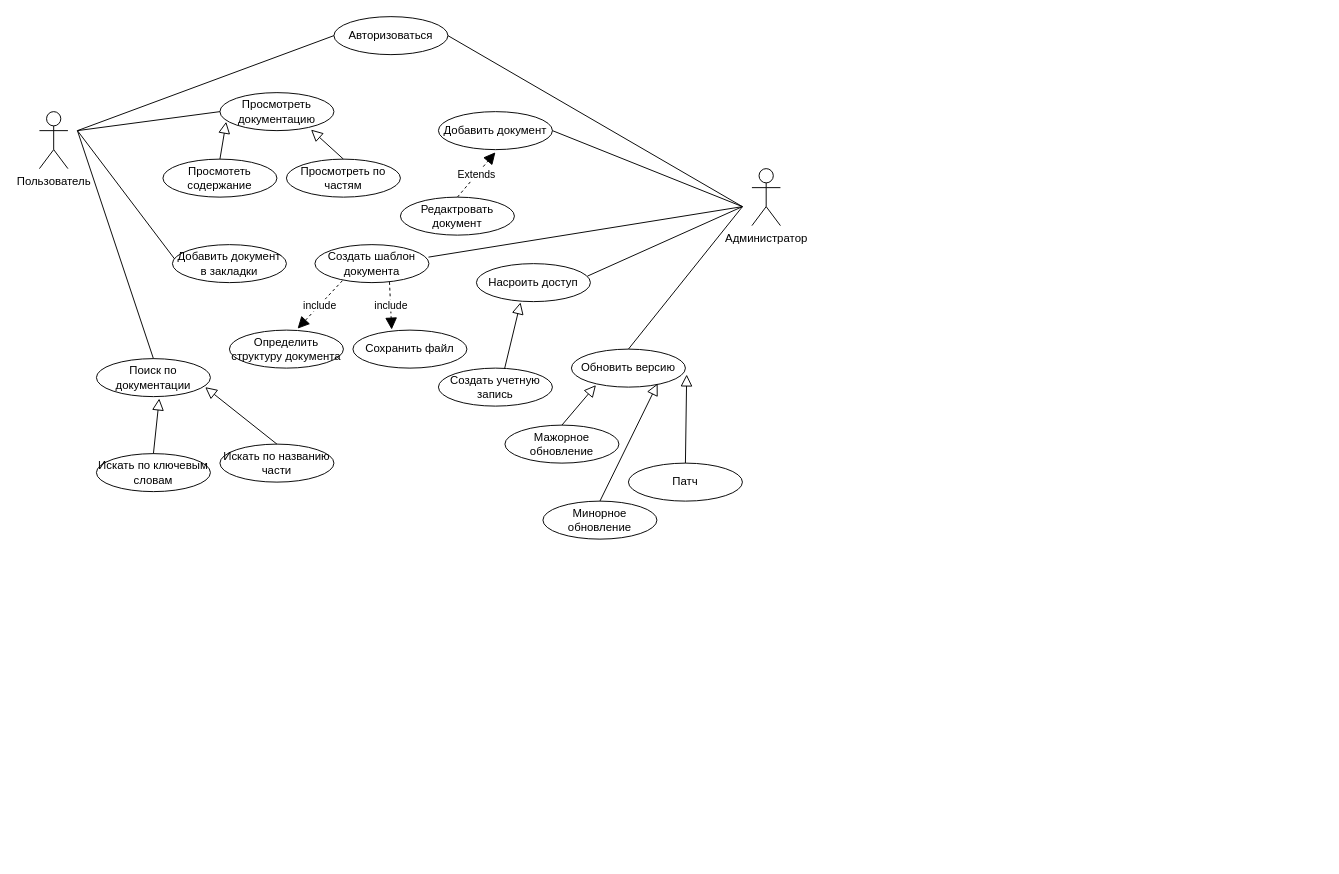
Above: docschemas.drawio in Maquim4/repository_for_challenge (draw.io), before the change. Source tidied: cells renumbered, new cells numbered last; positions are measured from the earlier drawing's top-left corner, leaving out a move shared by most shapes. Both pictures are drawn from the tidied source at 95%, with x=0, y=0 at pixel (39, 16).
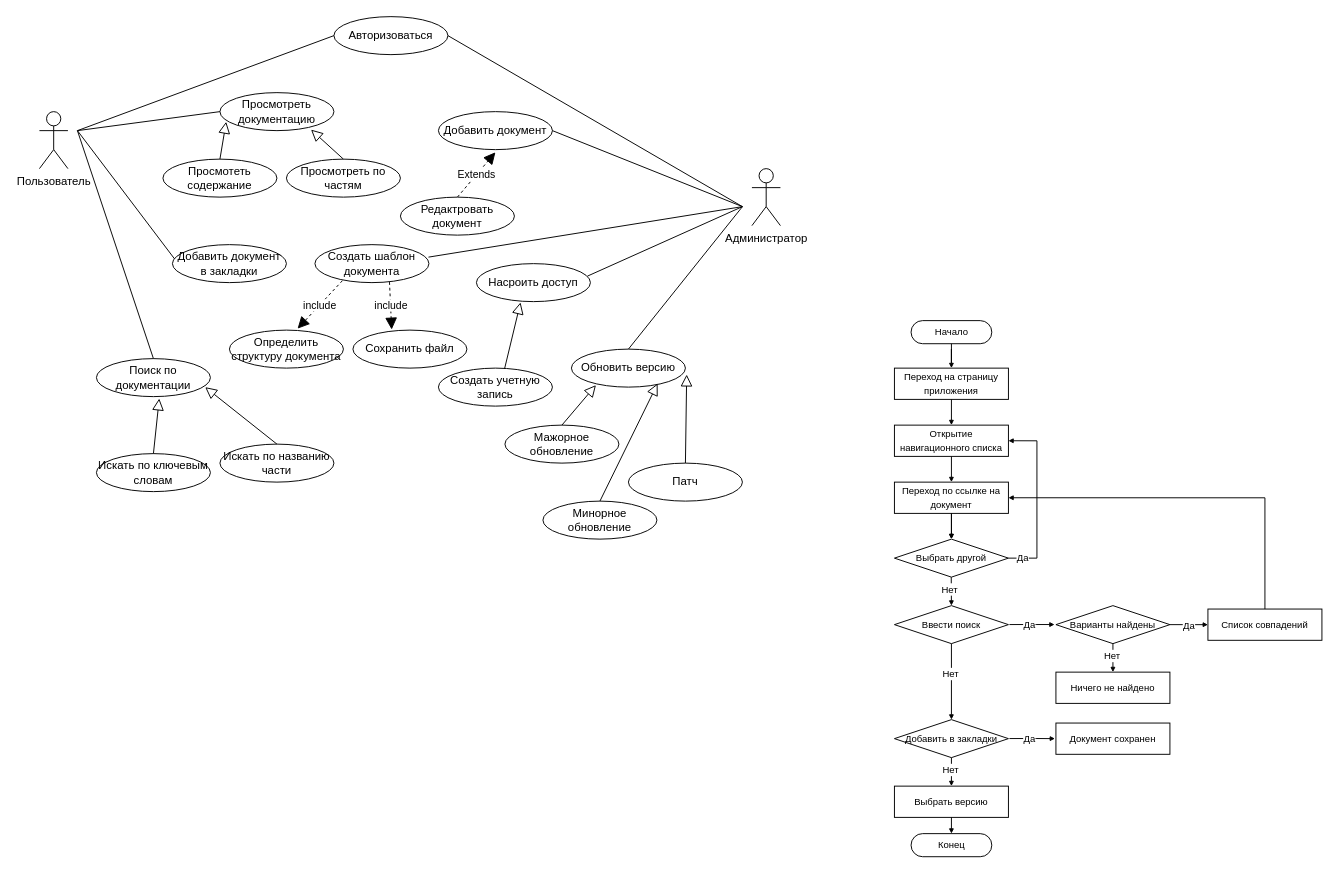
The same page after the edit.

Diff of the diagram source:
```diff
@@
+    <mxCell id="43" value="&lt;font style=&quot;font-size: 10px;&quot;&gt;Начало&lt;/font&gt;" style="rounded=1;whiteSpace=wrap;html=1;arcSize=50;" parent="1" vertex="1">
+      <mxGeometry x="917.5" y="320" width="85" height="24.3" as="geometry" />
+    </mxCell>
+    <mxCell id="44" value="&lt;font style=&quot;font-size: 10px;&quot;&gt;Переход на страницу приложения&lt;/font&gt;" style="rounded=1;whiteSpace=wrap;html=1;arcSize=0;" parent="1" vertex="1">
+      <mxGeometry x="900" y="370" width="120" height="32.9" as="geometry" />
+    </mxCell>
+    <mxCell id="45" style="edgeStyle=orthogonalEdgeStyle;rounded=0;jettySize=auto;html=1;entryX=0.5;entryY=0;entryDx=0;entryDy=0;endSize=3;startSize=3;endArrow=block;endFill=1;" parent="1" edge="1" source="43" target="44">
+      <mxGeometry relative="1" as="geometry" />
+    </mxCell>
+    <mxCell id="46" style="edgeStyle=orthogonalEdgeStyle;rounded=0;jettySize=auto;html=1;entryX=0.5;entryY=0;entryDx=0;entryDy=0;endSize=3;startSize=3;endArrow=block;endFill=1;exitX=0.5;exitY=1;exitDx=0;exitDy=0;" parent="1" edge="1" source="44">
+      <mxGeometry relative="1" as="geometry">
+        <mxPoint x="960" y="430" as="targetPoint" />
+      </mxGeometry>
+    </mxCell>
+    <mxCell id="47" value="&lt;font style=&quot;font-size: 10px;&quot;&gt;Выбрать другой&lt;/font&gt;" style="rhombus;whiteSpace=wrap;html=1;" parent="1" vertex="1">
+      <mxGeometry x="900" y="550" width="120" height="40" as="geometry" />
+    </mxCell>
+    <mxCell id="48" value="&lt;font style=&quot;font-size: 10px;&quot;&gt;Открытие навигационного списка&lt;/font&gt;" style="rounded=1;whiteSpace=wrap;html=1;arcSize=0;" parent="1" vertex="1">
+      <mxGeometry x="900" y="430" width="120" height="32.9" as="geometry" />
+    </mxCell>
+    <mxCell id="49" style="edgeStyle=orthogonalEdgeStyle;rounded=0;orthogonalLoop=1;jettySize=auto;html=1;entryX=0.5;entryY=0;entryDx=0;entryDy=0;endSize=3;startSize=3;endArrow=block;endFill=1;exitX=0.5;exitY=1;exitDx=0;exitDy=0;" parent="1" edge="1">
+      <mxGeometry relative="1" as="geometry">
+        <mxPoint x="960" y="463" as="sourcePoint" />
+        <mxPoint x="960" y="490" as="targetPoint" />
+      </mxGeometry>
+    </mxCell>
+    <mxCell id="50" value="&lt;font style=&quot;font-size: 10px;&quot;&gt;Переход по ссылке на документ&lt;/font&gt;" style="rounded=1;whiteSpace=wrap;html=1;arcSize=0;" parent="1" vertex="1">
+      <mxGeometry x="900" y="490" width="120" height="32.9" as="geometry" />
+    </mxCell>
+    <mxCell id="51" style="edgeStyle=orthogonalEdgeStyle;rounded=0;jettySize=auto;html=1;entryX=0.5;entryY=0;entryDx=0;entryDy=0;endSize=3;startSize=3;endArrow=block;endFill=1;exitX=0.5;exitY=1;exitDx=0;exitDy=0;" parent="1" edge="1" source="50" target="47">
+      <mxGeometry relative="1" as="geometry" />
+    </mxCell>
+    <mxCell id="52" style="edgeStyle=orthogonalEdgeStyle;rounded=0;jettySize=auto;html=1;entryX=0.5;entryY=0;entryDx=0;entryDy=0;endSize=3;startSize=3;endArrow=block;endFill=1;exitX=0.5;exitY=1;exitDx=0;exitDy=0;" parent="1" edge="1" source="50" target="47">
+      <mxGeometry relative="1" as="geometry">
+        <Array as="points">
+          <mxPoint x="960" y="550" />
+        </Array>
+      </mxGeometry>
+    </mxCell>
+    <mxCell id="53" style="edgeStyle=orthogonalEdgeStyle;rounded=0;jettySize=auto;html=1;entryX=1;entryY=0.5;entryDx=0;entryDy=0;endSize=3;startSize=3;endArrow=block;endFill=1;exitX=1;exitY=0.5;exitDx=0;exitDy=0;" parent="1" edge="1" source="47" target="48">
+      <mxGeometry relative="1" as="geometry">
+        <Array as="points">
+          <mxPoint x="1050" y="570" />
+          <mxPoint x="1050" y="446" />
+        </Array>
+      </mxGeometry>
+    </mxCell>
+    <mxCell id="54" value="&lt;font style=&quot;font-size: 10px;&quot;&gt;Да&lt;/font&gt;" style="edgeLabel;html=1;align=center;verticalAlign=middle;" parent="53" vertex="1">
+      <mxGeometry x="-0.85" y="1" relative="1" as="geometry" />
+    </mxCell>
+    <mxCell id="55" style="edgeStyle=orthogonalEdgeStyle;rounded=0;orthogonalLoop=1;jettySize=auto;html=1;endSize=3;startSize=3;endArrow=block;endFill=1;exitX=0.5;exitY=1;exitDx=0;exitDy=0;" parent="1" edge="1">
+      <mxGeometry relative="1" as="geometry">
+        <mxPoint x="959.8" y="590" as="sourcePoint" />
+        <mxPoint x="960" y="620" as="targetPoint" />
+      </mxGeometry>
+    </mxCell>
+    <mxCell id="56" value="&lt;font style=&quot;font-size: 10px;&quot;&gt;Нет&lt;/font&gt;" style="edgeLabel;html=1;align=center;verticalAlign=middle;" parent="55" vertex="1">
+      <mxGeometry x="-0.23" y="-2" relative="1" as="geometry" />
+    </mxCell>
+    <mxCell id="57" value="&lt;font style=&quot;font-size: 10px;&quot;&gt;Ввести поиск&lt;/font&gt;" style="rhombus;whiteSpace=wrap;html=1;" parent="1" vertex="1">
+      <mxGeometry x="900" y="620" width="120" height="40" as="geometry" />
+    </mxCell>
+    <mxCell id="58" value="&lt;font style=&quot;font-size: 10px;&quot;&gt;Варианты найдены&lt;/font&gt;" style="rhombus;whiteSpace=wrap;html=1;" parent="1" vertex="1">
+      <mxGeometry x="1070" y="620" width="120" height="40" as="geometry" />
+    </mxCell>
+    <mxCell id="59" style="edgeStyle=orthogonalEdgeStyle;rounded=0;jettySize=auto;html=1;endSize=3;startSize=3;endArrow=block;endFill=1;exitX=1.009;exitY=0.498;exitDx=0;exitDy=0;exitPerimeter=0;entryX=-0.012;entryY=0.498;entryDx=0;entryDy=0;entryPerimeter=0;" parent="1" edge="1" source="57" target="58">
+      <mxGeometry relative="1" as="geometry">
+        <Array as="points">
+          <mxPoint x="1050" y="640" />
+          <mxPoint x="1070" y="640" />
+        </Array>
+      </mxGeometry>
+    </mxCell>
+    <mxCell id="60" value="&lt;font style=&quot;font-size: 10px;&quot;&gt;Да&lt;/font&gt;" style="edgeLabel;html=1;align=center;verticalAlign=middle;" parent="59" vertex="1">
+      <mxGeometry x="-0.85" y="1" relative="1" as="geometry">
+        <mxPoint x="16" y="1" as="offset" />
+      </mxGeometry>
+    </mxCell>
+    <mxCell id="61" value="&lt;font style=&quot;font-size: 10px;&quot;&gt;Список совпадений&lt;/font&gt;" style="rounded=1;whiteSpace=wrap;html=1;arcSize=0;" parent="1" vertex="1">
+      <mxGeometry x="1230" y="623.6" width="120" height="32.9" as="geometry" />
+    </mxCell>
+    <mxCell id="62" style="edgeStyle=orthogonalEdgeStyle;rounded=0;jettySize=auto;html=1;endSize=3;startSize=3;endArrow=block;endFill=1;entryX=0;entryY=0.5;entryDx=0;entryDy=0;" parent="1" edge="1" source="58" target="61">
+      <mxGeometry relative="1" as="geometry" />
+    </mxCell>
+    <mxCell id="63" value="&lt;font style=&quot;font-size: 10px;&quot;&gt;Да&lt;/font&gt;" style="edgeLabel;html=1;align=center;verticalAlign=middle;" parent="62" vertex="1">
+      <mxGeometry x="-0.85" y="1" relative="1" as="geometry">
+        <mxPoint x="16" y="1" as="offset" />
+      </mxGeometry>
+    </mxCell>
+    <mxCell id="64" style="edgeStyle=orthogonalEdgeStyle;rounded=0;jettySize=auto;html=1;entryX=1;entryY=0.5;entryDx=0;entryDy=0;endSize=3;startSize=3;endArrow=block;endFill=1;exitX=0.5;exitY=0;exitDx=0;exitDy=0;" parent="1" edge="1" source="61" target="50">
+      <mxGeometry relative="1" as="geometry" />
+    </mxCell>
+    <mxCell id="65" value="&lt;font style=&quot;font-size: 10px;&quot;&gt;Ничего не найдено&lt;/font&gt;" style="rounded=1;whiteSpace=wrap;html=1;arcSize=0;" parent="1" vertex="1">
+      <mxGeometry x="1070" y="690" width="120" height="32.9" as="geometry" />
+    </mxCell>
+    <mxCell id="66" style="edgeStyle=orthogonalEdgeStyle;rounded=0;jettySize=auto;html=1;endSize=3;startSize=3;endArrow=block;endFill=1;exitX=0.5;exitY=1;exitDx=0;exitDy=0;entryX=0.5;entryY=0;entryDx=0;entryDy=0;" parent="1" edge="1" source="58" target="65">
+      <mxGeometry relative="1" as="geometry" />
+    </mxCell>
+    <mxCell id="67" value="&lt;font style=&quot;font-size: 10px;&quot;&gt;Нет&lt;/font&gt;" style="edgeLabel;html=1;align=center;verticalAlign=middle;" parent="66" vertex="1">
+      <mxGeometry x="-0.23" y="-2" relative="1" as="geometry" />
+    </mxCell>
+    <mxCell id="68" style="edgeStyle=orthogonalEdgeStyle;rounded=0;jettySize=auto;html=1;endSize=3;startSize=3;endArrow=block;endFill=1;exitX=0.5;exitY=1;exitDx=0;exitDy=0;entryX=0.5;entryY=0;entryDx=0;entryDy=0;" parent="1" edge="1" source="57" target="70">
+      <mxGeometry relative="1" as="geometry" />
+    </mxCell>
+    <mxCell id="69" value="&lt;font style=&quot;font-size: 10px;&quot;&gt;Нет&lt;/font&gt;" style="edgeLabel;html=1;align=center;verticalAlign=middle;" parent="68" vertex="1">
+      <mxGeometry x="-0.23" y="-2" relative="1" as="geometry" />
+    </mxCell>
+    <mxCell id="70" value="&lt;font style=&quot;font-size: 10px;&quot;&gt;Добавить в закладки&lt;/font&gt;" style="rhombus;whiteSpace=wrap;html=1;" parent="1" vertex="1">
+      <mxGeometry x="900" y="740" width="120" height="40" as="geometry" />
+    </mxCell>
+    <mxCell id="71" style="edgeStyle=orthogonalEdgeStyle;rounded=0;jettySize=auto;html=1;endSize=3;startSize=3;endArrow=block;endFill=1;exitX=1.009;exitY=0.498;exitDx=0;exitDy=0;exitPerimeter=0;entryX=-0.012;entryY=0.498;entryDx=0;entryDy=0;entryPerimeter=0;" parent="1" edge="1" source="70">
+      <mxGeometry relative="1" as="geometry">
+        <mxPoint x="1069" y="760" as="targetPoint" />
+        <Array as="points">
+          <mxPoint x="1050" y="760" />
+          <mxPoint x="1070" y="760" />
+        </Array>
+      </mxGeometry>
+    </mxCell>
+    <mxCell id="72" value="&lt;font style=&quot;font-size: 10px;&quot;&gt;Да&lt;/font&gt;" style="edgeLabel;html=1;align=center;verticalAlign=middle;" parent="71" vertex="1">
+      <mxGeometry x="-0.85" y="1" relative="1" as="geometry">
+        <mxPoint x="16" y="1" as="offset" />
+      </mxGeometry>
+    </mxCell>
+    <mxCell id="73" style="edgeStyle=orthogonalEdgeStyle;rounded=0;jettySize=auto;html=1;endSize=3;startSize=3;endArrow=block;endFill=1;exitX=0.5;exitY=1;exitDx=0;exitDy=0;" parent="1" edge="1" source="70">
+      <mxGeometry relative="1" as="geometry">
+        <mxPoint x="960" y="810" as="targetPoint" />
+      </mxGeometry>
+    </mxCell>
+    <mxCell id="74" value="&lt;font style=&quot;font-size: 10px;&quot;&gt;Нет&lt;/font&gt;" style="edgeLabel;html=1;align=center;verticalAlign=middle;" parent="73" vertex="1">
+      <mxGeometry x="-0.23" y="-2" relative="1" as="geometry" />
+    </mxCell>
+    <mxCell id="75" value="&lt;font style=&quot;font-size: 10px;&quot;&gt;Документ сохранен&lt;/font&gt;" style="rounded=1;whiteSpace=wrap;html=1;arcSize=0;" parent="1" vertex="1">
+      <mxGeometry x="1070" y="743.6" width="120" height="32.9" as="geometry" />
+    </mxCell>
+    <mxCell id="76" value="&lt;font style=&quot;font-size: 10px;&quot;&gt;Выбрать версию&lt;/font&gt;" style="rounded=1;whiteSpace=wrap;html=1;arcSize=0;" parent="1" vertex="1">
+      <mxGeometry x="900" y="810" width="120" height="32.9" as="geometry" />
+    </mxCell>
+    <mxCell id="77" value="&lt;font style=&quot;font-size: 10px;&quot;&gt;Конец&lt;/font&gt;" style="rounded=1;whiteSpace=wrap;html=1;arcSize=50;" parent="1" vertex="1">
+      <mxGeometry x="917.5" y="860" width="85" height="24.3" as="geometry" />
+    </mxCell>
+    <mxCell id="78" style="edgeStyle=orthogonalEdgeStyle;rounded=0;jettySize=auto;html=1;endSize=3;startSize=3;endArrow=block;endFill=1;exitX=0.5;exitY=1;exitDx=0;exitDy=0;" parent="1" edge="1" source="76">
+      <mxGeometry relative="1" as="geometry">
+        <mxPoint x="960" y="860" as="targetPoint" />
+      </mxGeometry>
+    </mxCell>
```
